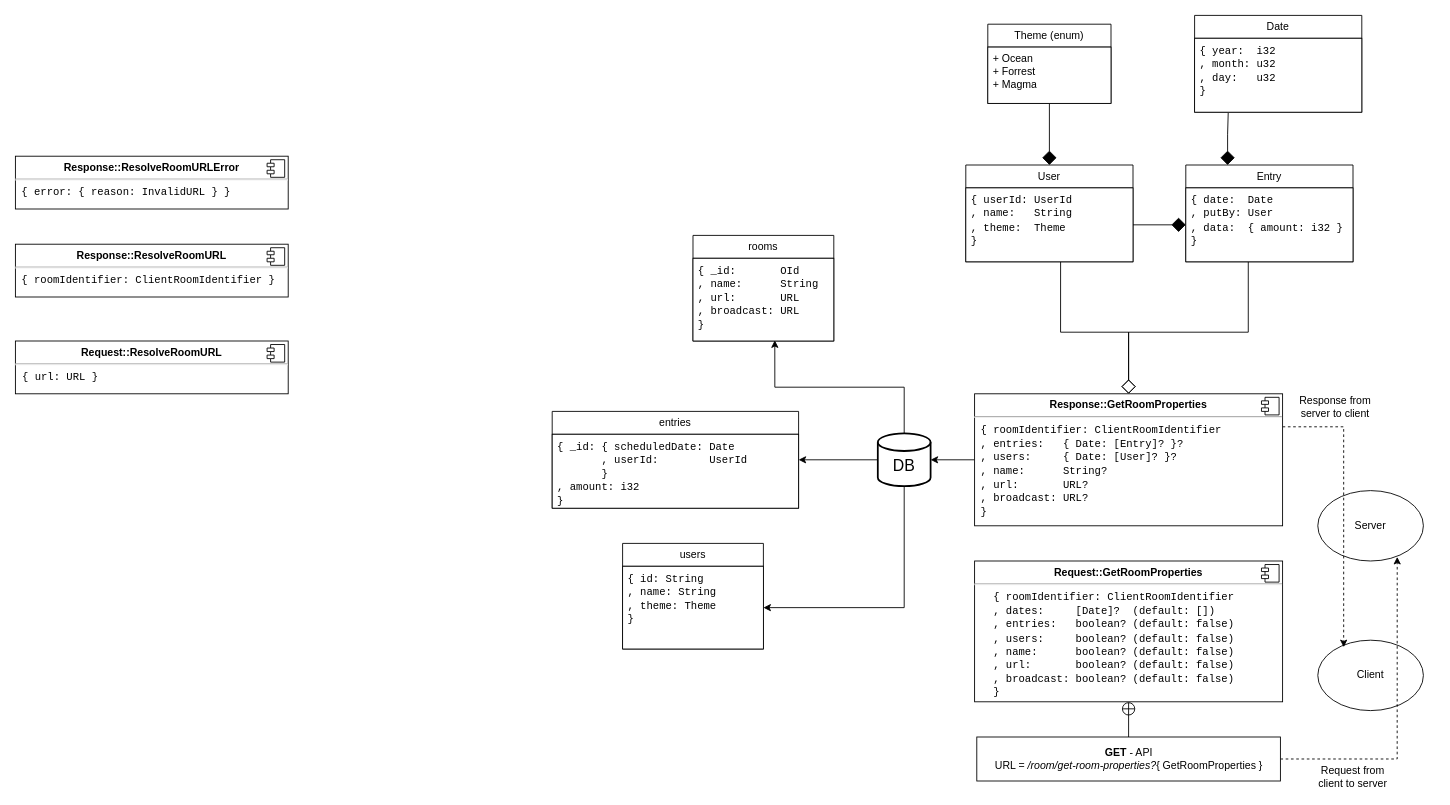
Above: room-protocol.drawio in felixnaredi/situps.space (draw.io), before the change. Source tidied: cells renumbered, new cells numbered last; positions are measured from the earlier drawing's top-left corner, leaving out a move shared by most shapes. Both pictures are drawn from the tidied source at 88%, with x=0, y=0 at pixel (15, 15).
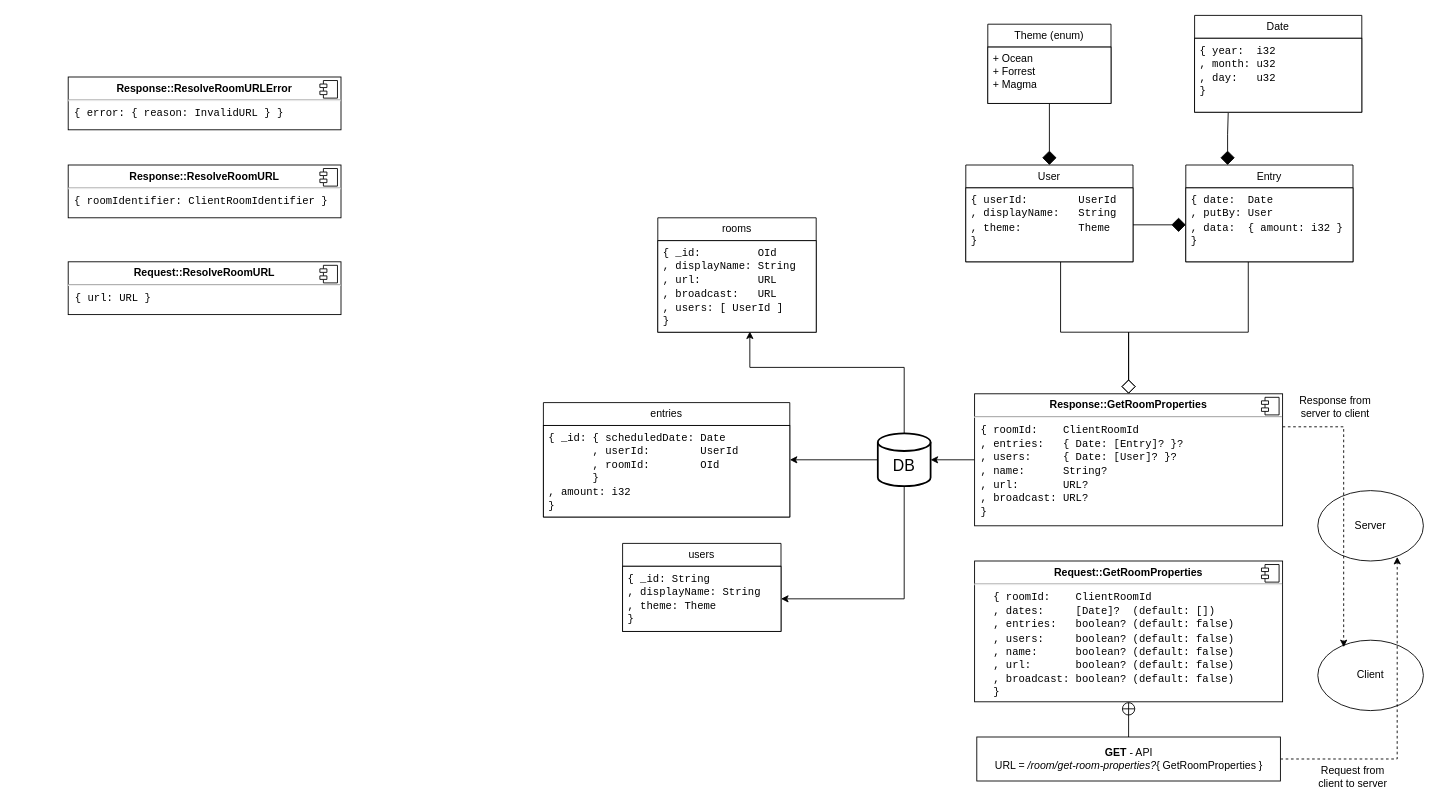
The same page after the edit.

Unchanged cells that the change refers to:
```xml
<mxCell id="26" value="&lt;div&gt;&lt;br&gt;&lt;/div&gt;&lt;div&gt;&lt;font style=&quot;font-size: 18px;&quot;&gt;DB&lt;/font&gt;&lt;/div&gt;" style="strokeWidth=2;html=1;shape=mxgraph.flowchart.database;whiteSpace=wrap;" parent="1" vertex="1">
  <mxGeometry x="980" y="475" width="60" height="60" as="geometry" />
</mxCell>
<mxCell id="36" value="User" style="swimlane;fontStyle=0;horizontal=1;startSize=26;fillColor=default;whiteSpace=wrap;html=1;" parent="1" vertex="1">
  <mxGeometry x="1080" y="170" width="190" height="110" as="geometry" />
</mxCell>
```

What changed in the source:
```diff
@@
-    <mxCell id="4" value="&lt;p style=&quot;margin:0px;margin-top:6px;text-align:center;&quot;&gt;&lt;b&gt;Request::GetRoomProperties&lt;/b&gt;&lt;br&gt;&lt;/p&gt;&lt;hr&gt;&lt;div&gt;&lt;font face=&quot;Courier New&quot;&gt;&amp;nbsp;&amp;nbsp; { roomIdentifier: ClientRoomIdentifier&lt;/font&gt;&lt;/div&gt;&lt;div&gt;&lt;font face=&quot;Courier New&quot;&gt;&amp;nbsp;&amp;nbsp; , dates:&amp;nbsp;&amp;nbsp;&amp;nbsp;&amp;nbsp; [Date]?&amp;nbsp; (default: [])&lt;br&gt;&lt;/font&gt;&lt;/div&gt;&lt;div&gt;&lt;font face=&quot;Courier New&quot;&gt;&amp;nbsp;&amp;nbsp; , entries:&amp;nbsp;&amp;nbsp; boolean? (default: false)&lt;br&gt;&lt;/font&gt;&lt;/div&gt;&lt;div&gt;&lt;font face=&quot;Courier New&quot;&gt;&amp;nbsp;&amp;nbsp; , users:&amp;nbsp;&amp;nbsp;&amp;nbsp;&amp;nbsp; boolean? (default: false)&lt;br&gt;&lt;/font&gt;&lt;/div&gt;&lt;div&gt;&lt;font face=&quot;Courier New&quot;&gt;&amp;nbsp;&amp;nbsp; , name:&amp;nbsp;&amp;nbsp;&amp;nbsp;&amp;nbsp;&amp;nbsp; boolean? (default: false)&lt;br&gt;&lt;/font&gt;&lt;/div&gt;&lt;div&gt;&lt;font face=&quot;Courier New&quot;&gt;&amp;nbsp;&amp;nbsp; , url:&amp;nbsp;&amp;nbsp;&amp;nbsp;&amp;nbsp;&amp;nbsp;&amp;nbsp; boolean? (default: false)&lt;br&gt;&lt;/font&gt;&lt;/div&gt;&lt;div&gt;&lt;font face=&quot;Courier New&quot;&gt;&amp;nbsp;&amp;nbsp; , broadcast: boolean? (default: false)&lt;br&gt;&lt;/font&gt;&lt;/div&gt;&lt;div&gt;&lt;font face=&quot;Courier New&quot;&gt;&amp;nbsp;&amp;nbsp; }&lt;br&gt;&lt;/font&gt;&lt;/div&gt;" style="align=left;overflow=fill;html=1;whiteSpace=wrap;" parent="1" vertex="1">
+    <mxCell id="4" value="&lt;p style=&quot;margin:0px;margin-top:6px;text-align:center;&quot;&gt;&lt;b&gt;Request::GetRoomProperties&lt;/b&gt;&lt;br&gt;&lt;/p&gt;&lt;hr&gt;&lt;div&gt;&lt;font face=&quot;Courier New&quot;&gt;&amp;nbsp;&amp;nbsp; { roomId:&amp;nbsp;&amp;nbsp;&amp;nbsp; ClientRoomId&lt;/font&gt;&lt;/div&gt;&lt;div&gt;&lt;font face=&quot;Courier New&quot;&gt;&amp;nbsp;&amp;nbsp; , dates:&amp;nbsp;&amp;nbsp;&amp;nbsp;&amp;nbsp; [Date]?&amp;nbsp; (default: [])&lt;br&gt;&lt;/font&gt;&lt;/div&gt;&lt;div&gt;&lt;font face=&quot;Courier New&quot;&gt;&amp;nbsp;&amp;nbsp; , entries:&amp;nbsp;&amp;nbsp; boolean? (default: false)&lt;br&gt;&lt;/font&gt;&lt;/div&gt;&lt;div&gt;&lt;font face=&quot;Courier New&quot;&gt;&amp;nbsp;&amp;nbsp; , users:&amp;nbsp;&amp;nbsp;&amp;nbsp;&amp;nbsp; boolean? (default: false)&lt;br&gt;&lt;/font&gt;&lt;/div&gt;&lt;div&gt;&lt;font face=&quot;Courier New&quot;&gt;&amp;nbsp;&amp;nbsp; , name:&amp;nbsp;&amp;nbsp;&amp;nbsp;&amp;nbsp;&amp;nbsp; boolean? (default: false)&lt;br&gt;&lt;/font&gt;&lt;/div&gt;&lt;div&gt;&lt;font face=&quot;Courier New&quot;&gt;&amp;nbsp;&amp;nbsp; , url:&amp;nbsp;&amp;nbsp;&amp;nbsp;&amp;nbsp;&amp;nbsp;&amp;nbsp; boolean? (default: false)&lt;br&gt;&lt;/font&gt;&lt;/div&gt;&lt;div&gt;&lt;font face=&quot;Courier New&quot;&gt;&amp;nbsp;&amp;nbsp; , broadcast: boolean? (default: false)&lt;br&gt;&lt;/font&gt;&lt;/div&gt;&lt;div&gt;&lt;font face=&quot;Courier New&quot;&gt;&amp;nbsp;&amp;nbsp; }&lt;br&gt;&lt;/font&gt;&lt;/div&gt;" style="align=left;overflow=fill;html=1;whiteSpace=wrap;" parent="1" vertex="1">
       <mxGeometry x="1090" y="620" width="350" height="160" as="geometry" />
     </mxCell>
@@
     <mxCell id="6" value="&lt;p style=&quot;margin:0px;margin-top:6px;text-align:center;&quot;&gt;&lt;b&gt;Request::ResolveRoomURL&lt;/b&gt;&lt;br&gt;&lt;/p&gt;&lt;hr&gt;&lt;p style=&quot;margin:0px;margin-left:8px;&quot;&gt;&lt;font face=&quot;Courier New&quot;&gt;{ url: URL }&lt;/font&gt;&lt;br&gt;&lt;/p&gt;" style="align=left;overflow=fill;html=1;whiteSpace=wrap;" parent="1" vertex="1">
-      <mxGeometry y="370" width="310" height="60" as="geometry" />
+      <mxGeometry x="60" y="280" width="310" height="60" as="geometry" />
     </mxCell>
@@
     <mxCell id="8" value="&lt;p style=&quot;margin:0px;margin-top:6px;text-align:center;&quot;&gt;&lt;b&gt;Response::ResolveRoomURL&lt;/b&gt;&lt;br&gt;&lt;/p&gt;&lt;hr&gt;&lt;font face=&quot;Courier New&quot;&gt;&amp;nbsp;{ roomIdentifier: ClientRoomIdentifier }&lt;/font&gt;" style="align=left;overflow=fill;html=1;whiteSpace=wrap;" parent="1" vertex="1">
-      <mxGeometry y="260" width="310" height="60" as="geometry" />
+      <mxGeometry x="60" y="170" width="310" height="60" as="geometry" />
     </mxCell>
@@
-    <mxCell id="15" value="&lt;p style=&quot;margin:0px;margin-top:6px;text-align:center;&quot;&gt;&lt;b&gt;Response::GetRoomProperties&lt;/b&gt;&lt;br&gt;&lt;/p&gt;&lt;hr&gt;&lt;div&gt;&lt;font face=&quot;Courier New&quot;&gt;&amp;nbsp;{ roomIdentifier: ClientRoomIdentifier&lt;/font&gt;&lt;/div&gt;&lt;div&gt;&lt;font face=&quot;Courier New&quot;&gt;&amp;nbsp;, entries:&amp;nbsp;&amp;nbsp; { Date: [Entry]? }?&lt;br&gt;&lt;/font&gt;&lt;/div&gt;&lt;div&gt;&lt;font face=&quot;Courier New&quot;&gt;&amp;nbsp;, users:&amp;nbsp;&amp;nbsp;&amp;nbsp;&amp;nbsp; { Date: [User]? }?&lt;br&gt;&lt;/font&gt;&lt;/div&gt;&lt;div&gt;&lt;font face=&quot;Courier New&quot;&gt;&amp;nbsp;, name:&amp;nbsp;&amp;nbsp; &amp;nbsp;&amp;nbsp; String?&lt;/font&gt;&lt;/div&gt;&lt;div&gt;&lt;font face=&quot;Courier New&quot;&gt;&amp;nbsp;, url:&amp;nbsp;&amp;nbsp; &amp;nbsp; &amp;nbsp; URL?&lt;br&gt;&lt;/font&gt;&lt;/div&gt;&lt;div&gt;&lt;font face=&quot;Courier New&quot;&gt;&amp;nbsp;, broadcast: URL?&lt;br&gt;&lt;/font&gt;&lt;/div&gt;&lt;div&gt;&lt;font face=&quot;Courier New&quot;&gt;&amp;nbsp;}&lt;br&gt;&lt;/font&gt;&lt;/div&gt;" style="align=left;overflow=fill;html=1;whiteSpace=wrap;" parent="1" vertex="1">
+    <mxCell id="15" value="&lt;p style=&quot;margin:0px;margin-top:6px;text-align:center;&quot;&gt;&lt;b&gt;Response::GetRoomProperties&lt;/b&gt;&lt;br&gt;&lt;/p&gt;&lt;hr&gt;&lt;div&gt;&lt;font face=&quot;Courier New&quot;&gt;&amp;nbsp;{ roomId: &amp;nbsp;&amp;nbsp; ClientRoomId&lt;/font&gt;&lt;/div&gt;&lt;div&gt;&lt;font face=&quot;Courier New&quot;&gt;&amp;nbsp;, entries:&amp;nbsp;&amp;nbsp; { Date: [Entry]? }?&lt;br&gt;&lt;/font&gt;&lt;/div&gt;&lt;div&gt;&lt;font face=&quot;Courier New&quot;&gt;&amp;nbsp;, users:&amp;nbsp;&amp;nbsp;&amp;nbsp;&amp;nbsp; { Date: [User]? }?&lt;br&gt;&lt;/font&gt;&lt;/div&gt;&lt;div&gt;&lt;font face=&quot;Courier New&quot;&gt;&amp;nbsp;, name:&amp;nbsp;&amp;nbsp; &amp;nbsp;&amp;nbsp; String?&lt;/font&gt;&lt;/div&gt;&lt;div&gt;&lt;font face=&quot;Courier New&quot;&gt;&amp;nbsp;, url:&amp;nbsp;&amp;nbsp; &amp;nbsp; &amp;nbsp; URL?&lt;br&gt;&lt;/font&gt;&lt;/div&gt;&lt;div&gt;&lt;font face=&quot;Courier New&quot;&gt;&amp;nbsp;, broadcast: URL?&lt;br&gt;&lt;/font&gt;&lt;/div&gt;&lt;div&gt;&lt;font face=&quot;Courier New&quot;&gt;&amp;nbsp;}&lt;br&gt;&lt;/font&gt;&lt;/div&gt;" style="align=left;overflow=fill;html=1;whiteSpace=wrap;" parent="1" vertex="1">
       <mxGeometry x="1090" y="430" width="350" height="150" as="geometry" />
     </mxCell>
@@
     <mxCell id="17" value="&lt;p style=&quot;margin:0px;margin-top:6px;text-align:center;&quot;&gt;&lt;b&gt;Response::ResolveRoomURLError&lt;/b&gt;&lt;br&gt;&lt;/p&gt;&lt;hr&gt;&lt;font face=&quot;Courier New&quot;&gt;&amp;nbsp;{ error: { reason: InvalidURL } }&lt;br&gt;&lt;/font&gt;" style="align=left;overflow=fill;html=1;whiteSpace=wrap;" parent="1" vertex="1">
-      <mxGeometry y="160" width="310" height="60" as="geometry" />
+      <mxGeometry x="60" y="70" width="310" height="60" as="geometry" />
     </mxCell>
@@
     <mxCell id="23" style="edgeStyle=orthogonalEdgeStyle;rounded=0;jettySize=auto;html=1;entryX=0.581;entryY=0.992;entryDx=0;entryDy=0;entryPerimeter=0;" parent="1" edge="1" source="26" target="28">
-      <mxGeometry relative="1" as="geometry" />
+      <mxGeometry relative="1" as="geometry">
+        <Array as="points">
+          <mxPoint x="1010" y="400" />
+          <mxPoint x="835" y="400" />
+        </Array>
+      </mxGeometry>
     </mxCell>
@@
     <mxCell id="27" value="rooms" style="swimlane;fontStyle=0;horizontal=1;startSize=26;fillColor=default;whiteSpace=wrap;html=1;" parent="1" vertex="1">
-      <mxGeometry x="770" y="250" width="160" height="120" as="geometry" />
+      <mxGeometry x="730" y="230" width="180" height="130" as="geometry" />
     </mxCell>
-    <mxCell id="28" value="&lt;div&gt;&lt;font face=&quot;Courier New&quot;&gt;{ _id:&amp;nbsp;&amp;nbsp;&amp;nbsp;&amp;nbsp;&amp;nbsp;&amp;nbsp; OId&lt;br&gt;&lt;/font&gt;&lt;/div&gt;&lt;div&gt;&lt;font face=&quot;Courier New&quot;&gt;, name:&amp;nbsp;&amp;nbsp;&amp;nbsp;&amp;nbsp;&amp;nbsp; String&lt;br&gt;&lt;/font&gt;&lt;/div&gt;&lt;div&gt;&lt;font face=&quot;Courier New&quot;&gt;, url:&amp;nbsp;&amp;nbsp;&amp;nbsp;&amp;nbsp;&amp;nbsp;&amp;nbsp; URL&lt;br&gt;&lt;/font&gt;&lt;/div&gt;&lt;div&gt;&lt;font face=&quot;Courier New&quot;&gt;, broadcast: URL&lt;br&gt;&lt;/font&gt;&lt;/div&gt;&lt;div&gt;&lt;font face=&quot;Courier New&quot;&gt;}&lt;br&gt;&lt;/font&gt;&lt;/div&gt;" style="text;strokeColor=default;fillColor=default;align=left;verticalAlign=top;spacingLeft=4;spacingRight=4;overflow=hidden;points=[[0,0.5],[1,0.5]];portConstraint=eastwest;whiteSpace=wrap;html=1;" parent="27" vertex="1">
-      <mxGeometry y="26" width="160" height="94" as="geometry" />
+    <mxCell id="28" value="&lt;div&gt;&lt;font face=&quot;Courier New&quot;&gt;{ _id:&amp;nbsp;&amp;nbsp;&amp;nbsp;&amp;nbsp;&amp;nbsp;&amp;nbsp;&amp;nbsp;&amp;nbsp; OId&lt;br&gt;&lt;/font&gt;&lt;/div&gt;&lt;div&gt;&lt;font face=&quot;Courier New&quot;&gt;, displayName: String&lt;br&gt;&lt;/font&gt;&lt;/div&gt;&lt;div&gt;&lt;font face=&quot;Courier New&quot;&gt;, url:&amp;nbsp;&amp;nbsp;&amp;nbsp;&amp;nbsp;&amp;nbsp;&amp;nbsp;&amp;nbsp;&amp;nbsp; URL&lt;br&gt;&lt;/font&gt;&lt;/div&gt;&lt;div&gt;&lt;font face=&quot;Courier New&quot;&gt;, broadcast:&amp;nbsp;&amp;nbsp; URL&lt;br&gt;&lt;/font&gt;&lt;/div&gt;&lt;div&gt;&lt;font face=&quot;Courier New&quot;&gt;, users: [ UserId ]&lt;br&gt;&lt;/font&gt;&lt;/div&gt;&lt;div&gt;&lt;font face=&quot;Courier New&quot;&gt;}&lt;br&gt;&lt;/font&gt;&lt;/div&gt;" style="text;strokeColor=default;fillColor=default;align=left;verticalAlign=top;spacingLeft=4;spacingRight=4;overflow=hidden;points=[[0,0.5],[1,0.5]];portConstraint=eastwest;whiteSpace=wrap;html=1;" parent="27" vertex="1">
+      <mxGeometry y="26" width="180" height="104" as="geometry" />
     </mxCell>
     <mxCell id="29" value="entries" style="swimlane;fontStyle=0;horizontal=1;startSize=26;fillColor=default;whiteSpace=wrap;html=1;" parent="1" vertex="1">
-      <mxGeometry x="610" y="450" width="280" height="110" as="geometry" />
+      <mxGeometry x="600" y="440" width="280" height="130" as="geometry" />
     </mxCell>
-    <mxCell id="30" value="&lt;div&gt;&lt;font face=&quot;Courier New&quot;&gt;{ _id: { scheduledDate: Date&lt;br&gt;&lt;/font&gt;&lt;/div&gt;&lt;div&gt;&lt;font face=&quot;Courier New&quot;&gt;&amp;nbsp;&amp;nbsp;&amp;nbsp;&amp;nbsp;&amp;nbsp;&amp;nbsp; , userId:&amp;nbsp;&amp;nbsp;&amp;nbsp;&amp;nbsp;&amp;nbsp;&amp;nbsp;&amp;nbsp; UserId&lt;/font&gt;&lt;/div&gt;&lt;div&gt;&lt;font face=&quot;Courier New&quot;&gt;&amp;nbsp;&amp;nbsp;&amp;nbsp;&amp;nbsp;&amp;nbsp;&amp;nbsp; }&lt;/font&gt;&lt;/div&gt;&lt;div&gt;&lt;font face=&quot;Courier New&quot;&gt;, amount: i32&lt;br&gt;&lt;/font&gt;&lt;/div&gt;&lt;div&gt;&lt;font face=&quot;Courier New&quot;&gt;}&lt;br&gt;&lt;/font&gt;&lt;/div&gt;" style="text;strokeColor=default;fillColor=default;align=left;verticalAlign=top;spacingLeft=4;spacingRight=4;overflow=hidden;whiteSpace=wrap;html=1;" parent="29" vertex="1">
-      <mxGeometry y="26" width="280" height="84" as="geometry" />
+    <mxCell id="30" value="&lt;div&gt;&lt;font face=&quot;Courier New&quot;&gt;{ _id: { scheduledDate: Date&lt;br&gt;&lt;/font&gt;&lt;/div&gt;&lt;div&gt;&lt;font face=&quot;Courier New&quot;&gt;&amp;nbsp;&amp;nbsp;&amp;nbsp;&amp;nbsp;&amp;nbsp;&amp;nbsp; , userId:&amp;nbsp;&amp;nbsp;&amp;nbsp;&amp;nbsp;&amp;nbsp;&amp;nbsp;&amp;nbsp; UserId&lt;/font&gt;&lt;/div&gt;&lt;div&gt;&lt;font face=&quot;Courier New&quot;&gt;&amp;nbsp;&amp;nbsp;&amp;nbsp;&amp;nbsp;&amp;nbsp;&amp;nbsp; , roomId:&amp;nbsp;&amp;nbsp;&amp;nbsp;&amp;nbsp;&amp;nbsp;&amp;nbsp;&amp;nbsp; OId&lt;br&gt;&lt;/font&gt;&lt;/div&gt;&lt;div&gt;&lt;font face=&quot;Courier New&quot;&gt;&amp;nbsp;&amp;nbsp;&amp;nbsp;&amp;nbsp;&amp;nbsp;&amp;nbsp; }&lt;/font&gt;&lt;/div&gt;&lt;div&gt;&lt;font face=&quot;Courier New&quot;&gt;, amount: i32&lt;br&gt;&lt;/font&gt;&lt;/div&gt;&lt;div&gt;&lt;font face=&quot;Courier New&quot;&gt;}&lt;br&gt;&lt;/font&gt;&lt;/div&gt;" style="text;strokeColor=default;fillColor=default;align=left;verticalAlign=top;spacingLeft=4;spacingRight=4;overflow=hidden;whiteSpace=wrap;html=1;" parent="29" vertex="1">
+      <mxGeometry y="26" width="280" height="104" as="geometry" />
     </mxCell>
     <mxCell id="31" value="&lt;div&gt;users&lt;/div&gt;" style="swimlane;fontStyle=0;horizontal=1;startSize=26;fillColor=default;whiteSpace=wrap;html=1;" parent="1" vertex="1">
-      <mxGeometry x="690" y="600" width="160" height="120" as="geometry" />
+      <mxGeometry x="690" y="600" width="180" height="100" as="geometry" />
     </mxCell>
-    <mxCell id="32" value="&lt;div&gt;&lt;font face=&quot;Courier New&quot;&gt;{ id: String&lt;/font&gt;&lt;/div&gt;&lt;div&gt;&lt;font face=&quot;Courier New&quot;&gt;, name: String&lt;/font&gt;&lt;/div&gt;&lt;div&gt;&lt;font face=&quot;Courier New&quot;&gt;, theme: Theme&lt;/font&gt;&lt;/div&gt;&lt;div&gt;&lt;font face=&quot;Courier New&quot;&gt;}&lt;/font&gt;&lt;br&gt;&lt;/div&gt;" style="text;strokeColor=default;fillColor=default;align=left;verticalAlign=top;spacingLeft=4;spacingRight=4;overflow=hidden;points=[[0,0.5],[1,0.5]];portConstraint=eastwest;whiteSpace=wrap;html=1;" parent="31" vertex="1">
-      <mxGeometry y="26" width="160" height="94" as="geometry" />
+    <mxCell id="32" value="&lt;div&gt;&lt;font face=&quot;Courier New&quot;&gt;{ _id: String&lt;/font&gt;&lt;/div&gt;&lt;div&gt;&lt;font face=&quot;Courier New&quot;&gt;, displayName: String&lt;/font&gt;&lt;/div&gt;&lt;div&gt;&lt;font face=&quot;Courier New&quot;&gt;, theme: Theme&lt;/font&gt;&lt;/div&gt;&lt;div&gt;&lt;font face=&quot;Courier New&quot;&gt;}&lt;/font&gt;&lt;br&gt;&lt;/div&gt;" style="text;strokeColor=default;fillColor=default;align=left;verticalAlign=top;spacingLeft=4;spacingRight=4;overflow=hidden;points=[[0,0.5],[1,0.5]];portConstraint=eastwest;whiteSpace=wrap;html=1;" parent="31" vertex="1">
+      <mxGeometry y="26" width="180" height="74" as="geometry" />
     </mxCell>
@@
-    <mxCell id="37" value="&lt;div&gt;&lt;font face=&quot;Courier New&quot;&gt;{ userId: UserId&lt;/font&gt;&lt;/div&gt;&lt;div&gt;&lt;font face=&quot;Courier New&quot;&gt;, name:&amp;nbsp;&amp;nbsp; String&lt;/font&gt;&lt;/div&gt;&lt;div&gt;&lt;font face=&quot;Courier New&quot;&gt;, theme:&amp;nbsp; Theme&lt;/font&gt;&lt;/div&gt;&lt;div&gt;&lt;font face=&quot;Courier New&quot;&gt;}&lt;/font&gt;&lt;/div&gt;" style="text;strokeColor=default;fillColor=default;align=left;verticalAlign=top;spacingLeft=4;spacingRight=4;overflow=hidden;points=[[0,0.5],[1,0.5]];portConstraint=eastwest;whiteSpace=wrap;html=1;strokeWidth=1;" parent="36" vertex="1">
+    <mxCell id="37" value="&lt;div&gt;&lt;font face=&quot;Courier New&quot;&gt;{ userId:&amp;nbsp;&amp;nbsp;&amp;nbsp;&amp;nbsp;&amp;nbsp;&amp;nbsp;&amp;nbsp; UserId&lt;/font&gt;&lt;/div&gt;&lt;div&gt;&lt;font face=&quot;Courier New&quot;&gt;, displayName:&amp;nbsp;&amp;nbsp; String&lt;/font&gt;&lt;/div&gt;&lt;div&gt;&lt;font face=&quot;Courier New&quot;&gt;, theme: &amp;nbsp; &amp;nbsp; &amp;nbsp; &amp;nbsp; Theme&lt;/font&gt;&lt;/div&gt;&lt;div&gt;&lt;font face=&quot;Courier New&quot;&gt;}&lt;/font&gt;&lt;/div&gt;" style="text;strokeColor=default;fillColor=default;align=left;verticalAlign=top;spacingLeft=4;spacingRight=4;overflow=hidden;points=[[0,0.5],[1,0.5]];portConstraint=eastwest;whiteSpace=wrap;html=1;strokeWidth=1;" parent="36" vertex="1">
       <mxGeometry y="26" width="190" height="84" as="geometry" />
     </mxCell>
```
